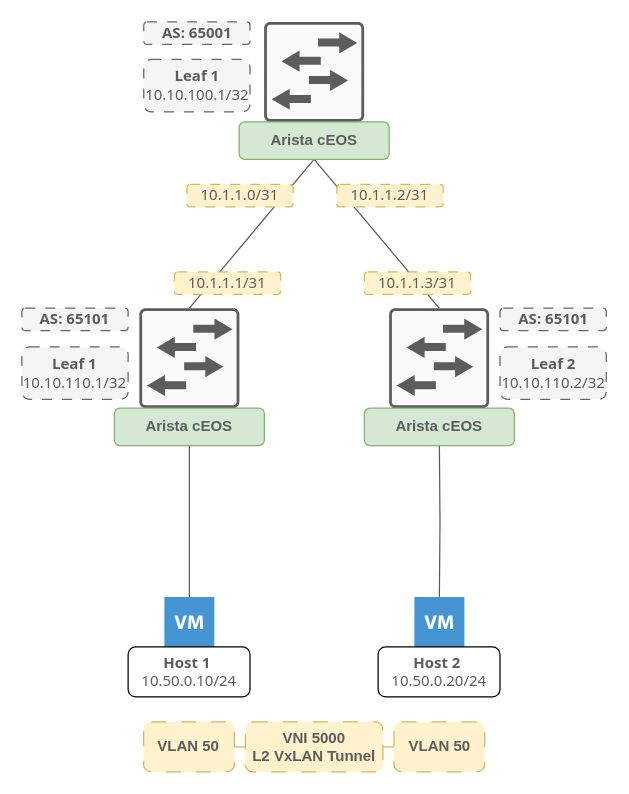
Before: documentation/assets/images/diagrams/VXLAN.drawio in damienarnodo/VXLAN-EVPN, a draw.io diagram. Source tidied: cells renumbered, new cells numbered last; positions are measured from the earlier drawing's top-left corner, leaving out a move shared by most shapes. Both pictures are drawn from the tidied source at 125%, with x=0, y=0 at pixel (21, 21).
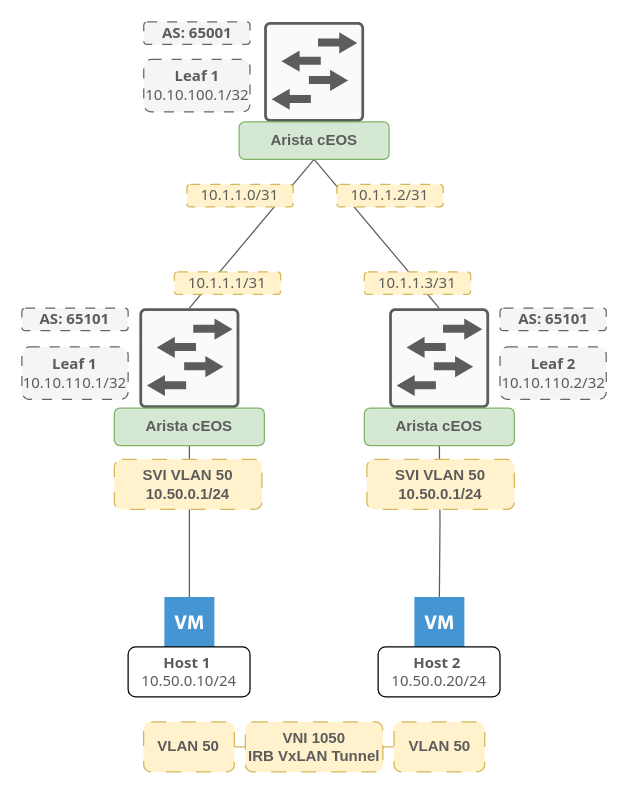
The same page after the edit.

What changed in the source:
```diff
@@
-    <mxCell id="18" value="&lt;font color=&quot;#5c5c5c&quot;&gt;&lt;b&gt;VNI 5000&lt;br&gt;L2 VxLAN Tunnel&lt;br&gt;&lt;/b&gt;&lt;/font&gt;" style="rounded=1;whiteSpace=wrap;html=1;fillColor=#fff2cc;strokeColor=#d6b656;dashed=1;dashPattern=12 12;" parent="1" vertex="1">
+    <mxCell id="18" value="&lt;font color=&quot;#5c5c5c&quot;&gt;&lt;b&gt;VNI 1050&lt;br&gt;IRB VxLAN Tunnel&lt;br&gt;&lt;/b&gt;&lt;/font&gt;" style="rounded=1;whiteSpace=wrap;html=1;fillColor=#fff2cc;strokeColor=#d6b656;dashed=1;dashPattern=12 12;" parent="1" vertex="1">
       <mxGeometry x="178.8" y="560" width="110" height="40" as="geometry" />
     </mxCell>
@@
+    <mxCell id="31" value="&lt;font color=&quot;#5c5c5c&quot;&gt;&lt;b&gt;SVI VLAN 50&lt;br&gt;10.50.0.1/24&lt;br&gt;&lt;/b&gt;&lt;/font&gt;" style="rounded=1;whiteSpace=wrap;html=1;fillColor=#fff2cc;strokeColor=#d6b656;dashed=1;dashPattern=12 12;" parent="1" vertex="1">
+      <mxGeometry x="74" y="350" width="118" height="40" as="geometry" />
+    </mxCell>
+    <mxCell id="32" value="&lt;font color=&quot;#5c5c5c&quot;&gt;&lt;b&gt;SVI VLAN 50&lt;br&gt;10.50.0.1/24&lt;br&gt;&lt;/b&gt;&lt;/font&gt;" style="rounded=1;whiteSpace=wrap;html=1;fillColor=#fff2cc;strokeColor=#d6b656;dashed=1;dashPattern=12 12;" parent="1" vertex="1">
+      <mxGeometry x="276" y="350" width="118" height="40" as="geometry" />
+    </mxCell>
```
